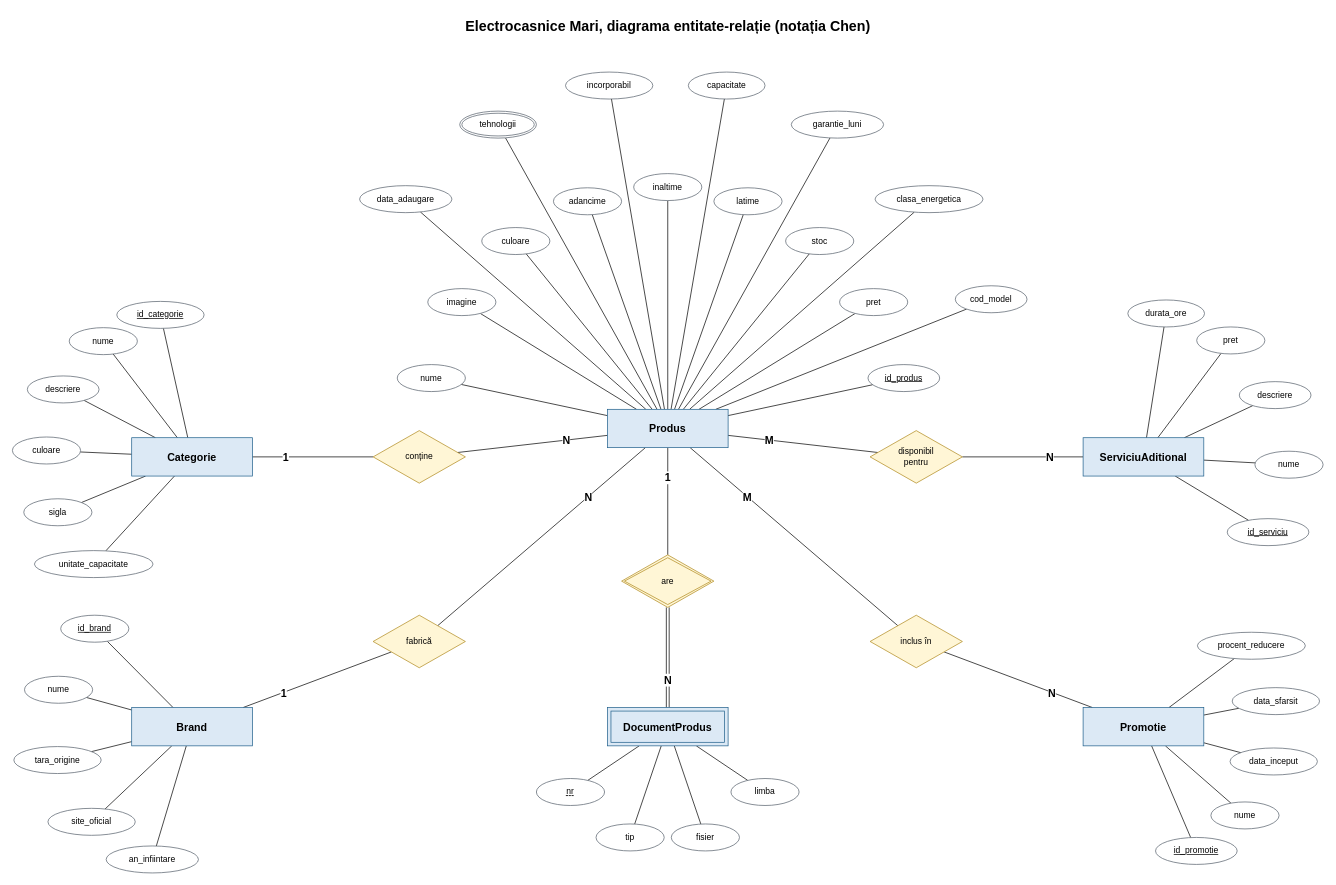
The draw.io diagram docs/diagrama.drawio in drasolo/Django_Magazin-Electrocasnice-Mari, before the edit. Source tidied: cells renumbered, new cells numbered last; positions are measured from the earlier drawing's top-left corner, leaving out a move shared by most shapes. Both pictures are drawn from the tidied source at 71%, with x=0, y=0 at pixel (12, 12).
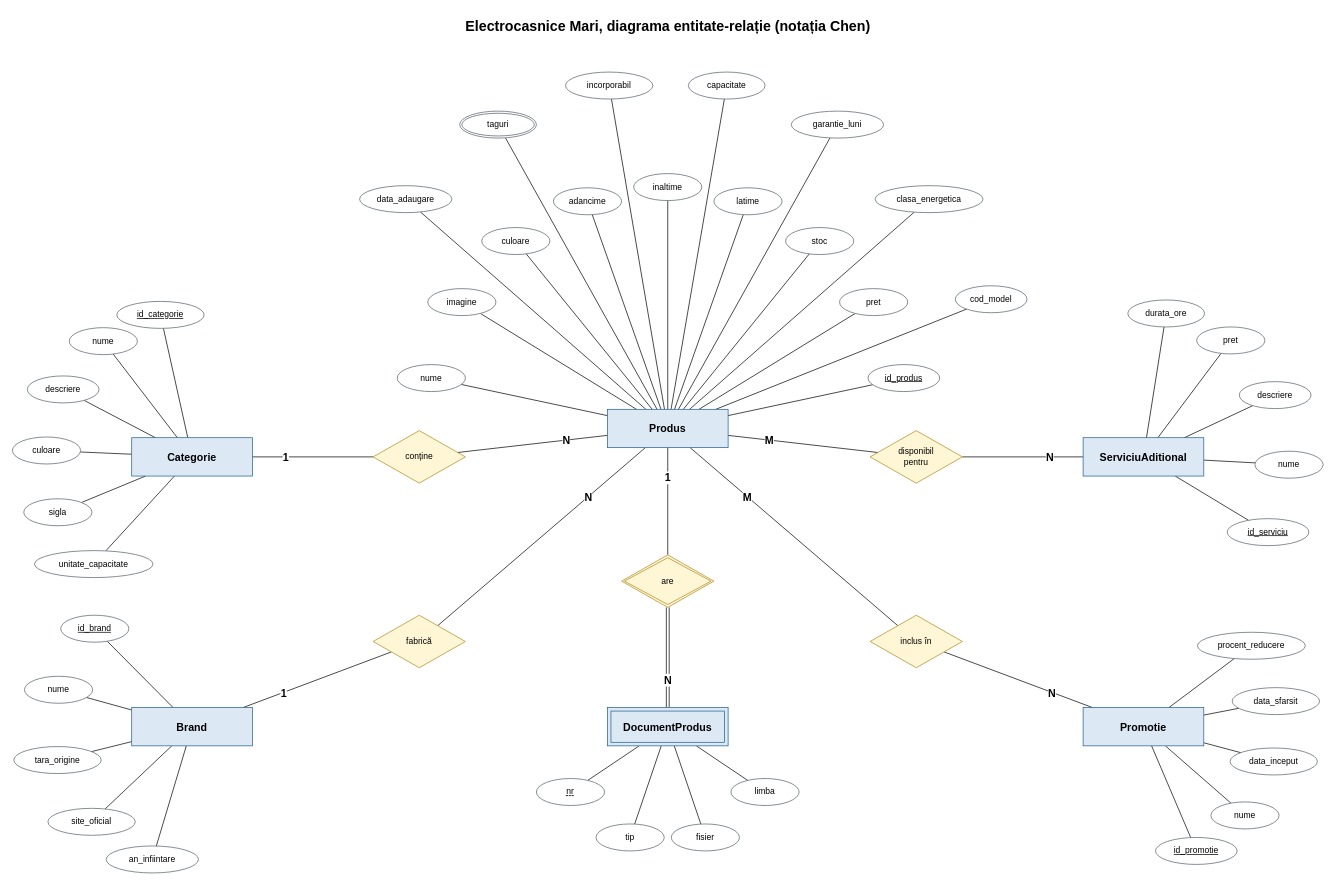
The same diagram, later.

Commit message (it also covers changes not shown here):
Etapa 3: modelele din diagramă, constrângerile, indexurile și înregistrarea în admin

Diff of the diagram source:
```diff
@@
-    <mxCell id="81" value="tehnologii" style="ellipse;shape=doubleEllipse;margin=3;whiteSpace=wrap;html=1;align=center;fillColor=#ffffff;strokeColor=#55606b;" parent="1" vertex="1">
+    <mxCell id="81" value="taguri" style="ellipse;shape=doubleEllipse;margin=3;whiteSpace=wrap;html=1;align=center;fillColor=#ffffff;strokeColor=#55606b;" parent="1" vertex="1">
       <mxGeometry x="630" y="139" width="108" height="38" as="geometry" />
     </mxCell>
```
